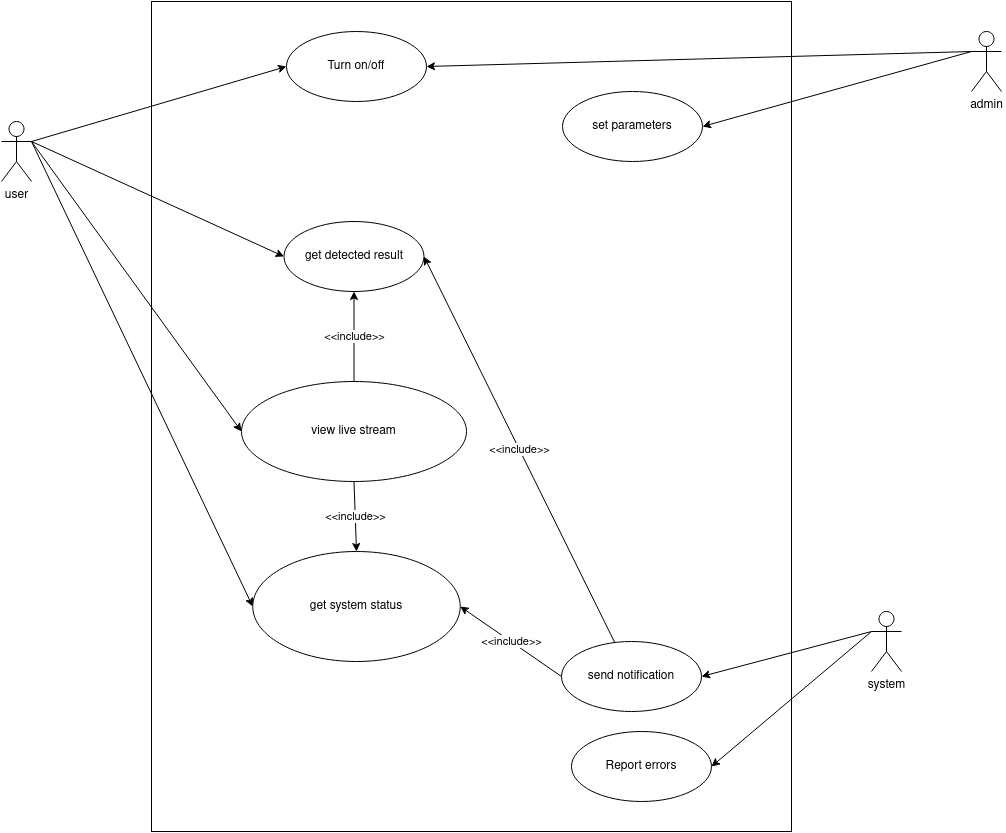
This is docs/usecases.drawio.png from vuhailongkl97/iot, a draw.io export, as it was before one commit. Source tidied: cells renumbered, new cells last; positions are measured from the earlier drawing's top-left corner, leaving out a move shared by most shapes.
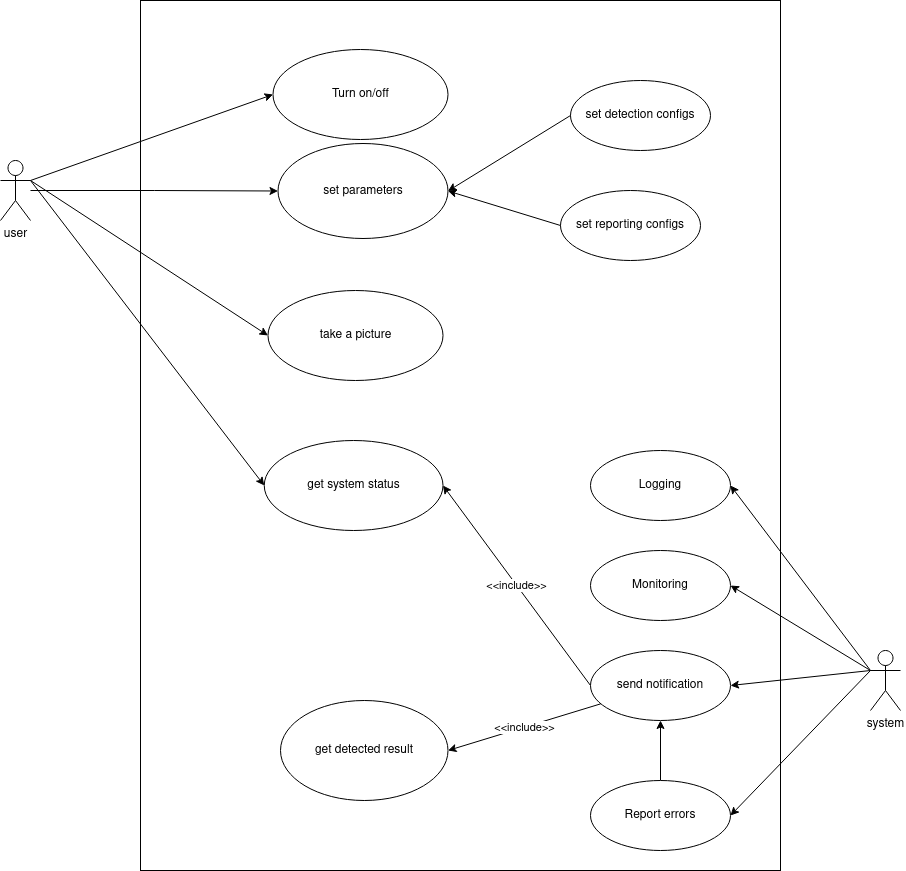
After the change.

Commit message:
update README.md system requirements and usecase diagram

The edit, as a diff of the source:
```diff
@@ -3,29 +3,23 @@
     <mxCell id="0" />
     <mxCell id="1" parent="0" />
     <mxCell id="2" style="rounded=0;whiteSpace=wrap;html=1;" parent="1" vertex="1">
-      <mxGeometry x="150" width="640" height="830" as="geometry" />
+      <mxGeometry x="140" y="-40" width="640" height="870" as="geometry" />
     </mxCell>
-    <mxCell id="3" value="&amp;lt;&amp;lt;include&amp;gt;&amp;gt;" style="edgeStyle=none;rounded=0;jettySize=auto;html=1;" parent="1" edge="1" source="5" target="15">
-      <mxGeometry relative="1" as="geometry" />
-    </mxCell>
-    <mxCell id="4" value="&amp;lt;&amp;lt;include&amp;gt;&amp;gt;" style="edgeStyle=none;rounded=0;jettySize=auto;html=1;exitX=0.5;exitY=1;exitDx=0;exitDy=0;entryX=0.5;entryY=0;entryDx=0;entryDy=0;" parent="1" edge="1" source="5" target="14">
-      <mxGeometry relative="1" as="geometry" />
-    </mxCell>
-    <mxCell id="5" value="view live stream" style="ellipse;whiteSpace=wrap;html=1;" parent="1" vertex="1">
-      <mxGeometry x="240" y="380" width="225" height="100" as="geometry" />
+    <mxCell id="5" value="take a picture" style="ellipse;whiteSpace=wrap;html=1;" parent="1" vertex="1">
+      <mxGeometry x="267.5" y="250" width="175" height="90" as="geometry" />
     </mxCell>
     <mxCell id="6" style="rounded=0;jettySize=auto;html=1;exitX=1;exitY=0.3333333333333333;exitDx=0;exitDy=0;exitPerimeter=0;entryX=0;entryY=0.5;entryDx=0;entryDy=0;" parent="1" edge="1" source="10" target="5">
       <mxGeometry relative="1" as="geometry" />
     </mxCell>
-    <mxCell id="7" style="edgeStyle=none;rounded=0;jettySize=auto;html=1;exitX=1;exitY=0.3333333333333333;exitDx=0;exitDy=0;exitPerimeter=0;entryX=0;entryY=0.5;entryDx=0;entryDy=0;" parent="1" edge="1" source="10" target="15">
-      <mxGeometry relative="1" as="geometry" />
-    </mxCell>
     <mxCell id="8" style="edgeStyle=none;rounded=0;jettySize=auto;html=1;exitX=1;exitY=0.3333333333333333;exitDx=0;exitDy=0;exitPerimeter=0;entryX=0;entryY=0.5;entryDx=0;entryDy=0;" parent="1" edge="1" source="10" target="14">
       <mxGeometry relative="1" as="geometry" />
     </mxCell>
     <mxCell id="9" style="edgeStyle=none;rounded=0;jettySize=auto;html=1;exitX=1;exitY=0.3333333333333333;exitDx=0;exitDy=0;exitPerimeter=0;entryX=0;entryY=0.5;entryDx=0;entryDy=0;" parent="1" edge="1" source="10" target="19">
       <mxGeometry relative="1" as="geometry" />
     </mxCell>
+    <mxCell id="25" style="edgeStyle=orthogonalEdgeStyle;rounded=0;jettySize=auto;html=1;entryX=0;entryY=0.5;entryDx=0;entryDy=0;" parent="1" edge="1" source="10" target="23">
+      <mxGeometry relative="1" as="geometry" />
+    </mxCell>
     <mxCell id="10" value="user" style="shape=umlActor;verticalLabelPosition=bottom;verticalAlign=top;html=1;" parent="1" vertex="1">
       <mxGeometry y="120" width="30" height="60" as="geometry" />
     </mxCell>
@@ -39,10 +33,10 @@
       <mxGeometry x="870" y="610" width="30" height="60" as="geometry" />
     </mxCell>
     <mxCell id="14" value="get system status" style="ellipse;whiteSpace=wrap;html=1;" parent="1" vertex="1">
-      <mxGeometry x="251.2" y="550" width="207.5" height="110" as="geometry" />
+      <mxGeometry x="263.8" y="400" width="178.8" height="90" as="geometry" />
     </mxCell>
     <mxCell id="15" value="get detected result" style="ellipse;whiteSpace=wrap;html=1;" parent="1" vertex="1">
-      <mxGeometry x="282.5" y="220" width="140" height="70" as="geometry" />
+      <mxGeometry x="280" y="660" width="167.5" height="100" as="geometry" />
     </mxCell>
     <mxCell id="16" value="&amp;lt;&amp;lt;include&amp;gt;&amp;gt;" style="edgeStyle=none;rounded=0;jettySize=auto;html=1;exitX=0;exitY=0.5;exitDx=0;exitDy=0;entryX=1;entryY=0.5;entryDx=0;entryDy=0;" parent="1" edge="1" source="18" target="14">
       <mxGeometry relative="1" as="geometry" />
@@ -51,25 +45,43 @@
       <mxGeometry relative="1" as="geometry" />
     </mxCell>
     <mxCell id="18" value="send notification" style="ellipse;whiteSpace=wrap;html=1;" parent="1" vertex="1">
-      <mxGeometry x="560" y="640" width="140" height="70" as="geometry" />
+      <mxGeometry x="590" y="610" width="140" height="70" as="geometry" />
     </mxCell>
     <mxCell id="19" value="Turn on/off" style="ellipse;whiteSpace=wrap;html=1;" parent="1" vertex="1">
-      <mxGeometry x="285" y="30" width="140" height="70" as="geometry" />
+      <mxGeometry x="272.5" y="9" width="175" height="90" as="geometry" />
     </mxCell>
-    <mxCell id="20" style="edgeStyle=none;rounded=0;jettySize=auto;html=1;exitX=0;exitY=0.3333333333333333;exitDx=0;exitDy=0;exitPerimeter=0;entryX=1;entryY=0.5;entryDx=0;entryDy=0;" parent="1" edge="1" source="22" target="23">
-      <mxGeometry relative="1" as="geometry" />
-    </mxCell>
-    <mxCell id="21" style="edgeStyle=none;rounded=0;jettySize=auto;html=1;entryX=1;entryY=0.5;entryDx=0;entryDy=0;exitX=0;exitY=0.3333333333333333;exitDx=0;exitDy=0;exitPerimeter=0;" parent="1" edge="1" source="22" target="19">
-      <mxGeometry relative="1" as="geometry" />
-    </mxCell>
-    <mxCell id="22" value="admin" style="shape=umlActor;verticalLabelPosition=bottom;verticalAlign=top;html=1;" parent="1" vertex="1">
-      <mxGeometry x="970" y="30" width="30" height="60" as="geometry" />
-    </mxCell>
     <mxCell id="23" value="set parameters" style="ellipse;whiteSpace=wrap;html=1;" parent="1" vertex="1">
-      <mxGeometry x="561" y="90" width="140" height="70" as="geometry" />
+      <mxGeometry x="277.5" y="103" width="170" height="95" as="geometry" />
     </mxCell>
+    <mxCell id="26" style="edgeStyle=orthogonalEdgeStyle;rounded=0;jettySize=auto;html=1;entryX=0.5;entryY=1;entryDx=0;entryDy=0;" parent="1" edge="1" source="24" target="18">
+      <mxGeometry relative="1" as="geometry" />
+    </mxCell>
     <mxCell id="24" value="Report errors" style="ellipse;whiteSpace=wrap;html=1;" parent="1" vertex="1">
-      <mxGeometry x="570" y="730" width="140" height="70" as="geometry" />
+      <mxGeometry x="590" y="740" width="140" height="70" as="geometry" />
     </mxCell>
+    <mxCell id="27" value="Monitoring" style="ellipse;whiteSpace=wrap;html=1;" parent="1" vertex="1">
+      <mxGeometry x="590" y="510" width="140" height="70" as="geometry" />
+    </mxCell>
+    <mxCell id="28" value="Logging" style="ellipse;whiteSpace=wrap;html=1;" parent="1" vertex="1">
+      <mxGeometry x="590" y="410" width="140" height="70" as="geometry" />
+    </mxCell>
+    <mxCell id="29" style="endArrow=classic;html=1;rounded=0;exitX=0;exitY=0.3333333333333333;exitDx=0;exitDy=0;exitPerimeter=0;entryX=1;entryY=0.5;entryDx=0;entryDy=0;" parent="1" edge="1" source="13" target="27">
+      <mxGeometry relative="1" as="geometry" />
+    </mxCell>
+    <mxCell id="30" style="endArrow=classic;html=1;rounded=0;entryX=1;entryY=0.5;entryDx=0;entryDy=0;exitX=0;exitY=0.3333333333333333;exitDx=0;exitDy=0;exitPerimeter=0;" parent="1" edge="1" source="13" target="28">
+      <mxGeometry relative="1" as="geometry" />
+    </mxCell>
+    <mxCell id="31" value="set detection configs" style="ellipse;whiteSpace=wrap;html=1;" parent="1" vertex="1">
+      <mxGeometry x="570" y="40" width="140" height="70" as="geometry" />
+    </mxCell>
+    <mxCell id="32" value="set reporting configs" style="ellipse;whiteSpace=wrap;html=1;" parent="1" vertex="1">
+      <mxGeometry x="560" y="150" width="140" height="70" as="geometry" />
+    </mxCell>
+    <mxCell id="33" style="endArrow=classic;html=1;rounded=0;entryX=1;entryY=0.5;entryDx=0;entryDy=0;exitX=0;exitY=0.5;exitDx=0;exitDy=0;" parent="1" edge="1" source="31" target="23">
+      <mxGeometry relative="1" as="geometry" />
+    </mxCell>
+    <mxCell id="34" style="endArrow=classic;html=1;rounded=0;entryX=1;entryY=0.5;entryDx=0;entryDy=0;exitX=0;exitY=0.5;exitDx=0;exitDy=0;" parent="1" edge="1" source="32" target="23">
+      <mxGeometry relative="1" as="geometry" />
+    </mxCell>
   </root>
 </mxGraphModel>
```
